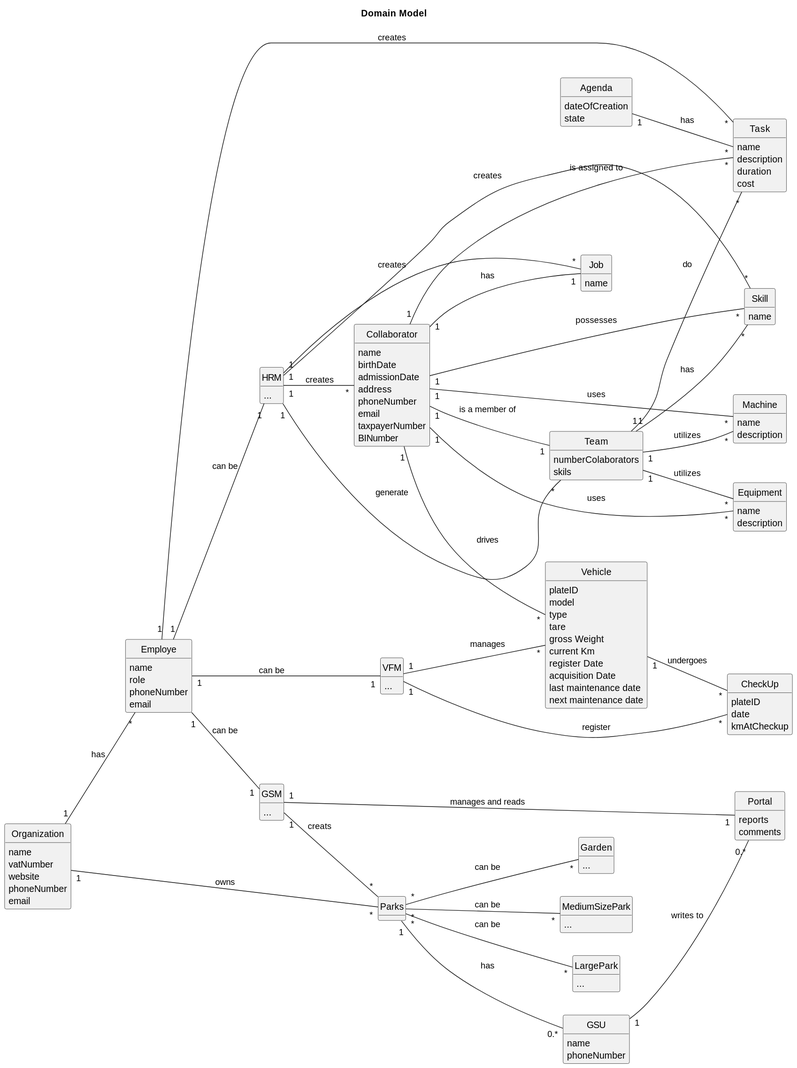
The PlantUML diagram docs/sprintC/global-artifacts/02.analysis/svg/project-domain-model-Domain_Model.svg in Departamento-de-Engenharia-Informatica/greenspace-management, before a commit. The source it was exported from:
```plantuml
@startuml
skinparam monochrome true
skinparam packageStyle rectangle
skinparam shadowing false
skinparam classAttributeIconSize 0
hide circle
hide methods

title Domain Model

left to right direction

class Organization {
    name
    vatNumber
    website
    phoneNumber
    email
}

class Employe {
    name
    role
    phoneNumber
    email
}

class HRM {
    ...
}

class VFM {
    ...
}

class GSM {
    ...
}

class GSU {
     name
     phoneNumber
}

class Collaborator {
    name
    birthDate
    admissionDate
    address
    phoneNumber
    email
    taxpayerNumber
    BINumber
}

class Garden {
    ...
}

class MediumSizePark {
    ...
}

class LargePark {
    ...
}

class Parks {
}

class Task {
    name
    description
    duration
    cost
}

class Agenda {
    dateOfCreation
    state
}

class Vehicle {
    plateID
    model
    type
    tare
        gross Weight
        current Km
         register Date
         acquisition Date
         maintenance/Checkup Frequency (in Kms)
         last maintenance date
         next maintenance date
}

class Machine {
    name
    description
}

class Equipment {
    name
    description
}

class Portal {
    reports
    comments
}

class CheckUp {
    plateID
    date
    kmAtCheckup
}

class Job {
    name
}

class Team {
    numberColaborators
    skils
}

class Skill {
    name
}




Organization "1" -- "*" Employe : has
Organization "1" -- "*" Parks : owns

Employe "1" -- "*" Task : creates
Employe "1" -- "1" GSM : can be
Employe "1" -- "1" HRM : can be
Employe "1" -- "1" VFM : can be

HRM "1" -- "*" Collaborator : creates
HRM "1" -- "*" Team : generate
HRM "1" -- "*" Job : creates
HRM "1" -- "*" Skill : creates

Collaborator "1" -- "1" Job : has
Collaborator "1" -- "1" Team : is a member of
Collaborator "1" -- "*" Skill : possesses
Collaborator "1" -- "*" Task : is assigned to
Collaborator "1" -- "*" Vehicle : drives
Collaborator "1" -- "*" Machine : uses
Collaborator "1" -- "*" Equipment : uses

Team "1" -- "*" Skill : has
Team "1" -- "*" Task : do
Team "1" -- "*" Machine : utilizes
Team "1" -- "*" Equipment : utilizes


Agenda "1" -- "*" Task : has

GSU "1" -- "0.*" Portal : writes to

Parks "*" -- "*" Garden : can be
Parks "*" -- "*" MediumSizePark : can be
Parks "*" -- "*" LargePark : can be
Parks "1" -- "0.*" GSU : has

VFM "1" -- "*" CheckUp: register
VFM "1" -- "*" Vehicle: manages

GSM "1" -- "1" Portal: manages and reads
GSM "1" -- "*" Parks: creats

Vehicle "1" -- "*" CheckUp : undergoes
@enduml
```
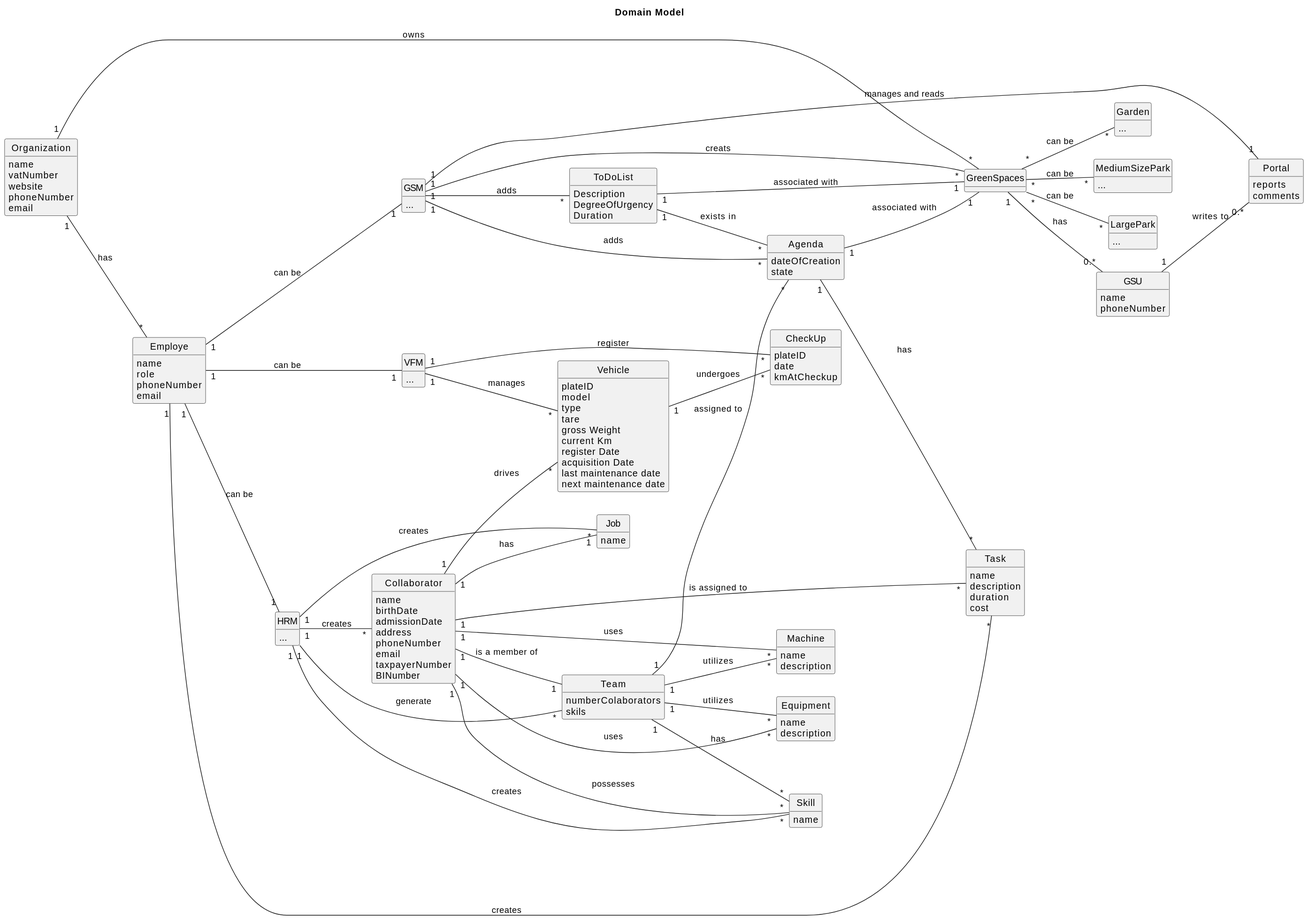
The same diagram one commit later.

Commit message:
domain model svg

Change to the diagram source:
```diff
@@ -65,7 +65,7 @@
     ...
 }
 
-class Parks {
+class GreenSpaces {
 }
 
 class Task {
@@ -128,11 +128,17 @@
     name
 }
 
+class ToDoList{
+    Description
+    DegreeOfUrgency
+    Duration
+}
+
 
 
 
 Organization "1" -- "*" Employe : has
-Organization "1" -- "*" Parks : owns
+Organization "1" -- "*" GreenSpaces : owns
 
 Employe "1" -- "*" Task : creates
 Employe "1" -- "1" GSM : can be
@@ -153,25 +159,31 @@
 Collaborator "1" -- "*" Equipment : uses
 
 Team "1" -- "*" Skill : has
-Team "1" -- "*" Task : do
 Team "1" -- "*" Machine : utilizes
 Team "1" -- "*" Equipment : utilizes
+Team "1" -- "*" Agenda : assigned to
 
 
 Agenda "1" -- "*" Task : has
 
 GSU "1" -- "0.*" Portal : writes to
 
-Parks "*" -- "*" Garden : can be
-Parks "*" -- "*" MediumSizePark : can be
-Parks "*" -- "*" LargePark : can be
-Parks "1" -- "0.*" GSU : has
+GreenSpaces "*" -- "*" Garden : can be
+GreenSpaces "*" -- "*" MediumSizePark : can be
+GreenSpaces "*" -- "*" LargePark : can be
+GreenSpaces "1" -- "0.*" GSU : has
+
+ToDoList "1" -- "1" GreenSpaces : associated with
+Agenda "1" -- "1" GreenSpaces : associated with
+ToDoList "1" -- "*" Agenda : exists in
 
 VFM "1" -- "*" CheckUp: register
 VFM "1" -- "*" Vehicle: manages
 
 GSM "1" -- "1" Portal: manages and reads
-GSM "1" -- "*" Parks: creats
+GSM "1" -- "*" GreenSpaces: creats
+GSM "1" -- "*" ToDoList: adds
+GSM "1" -- "*" Agenda: adds
 
 Vehicle "1" -- "*" CheckUp : undergoes
 @enduml
```
